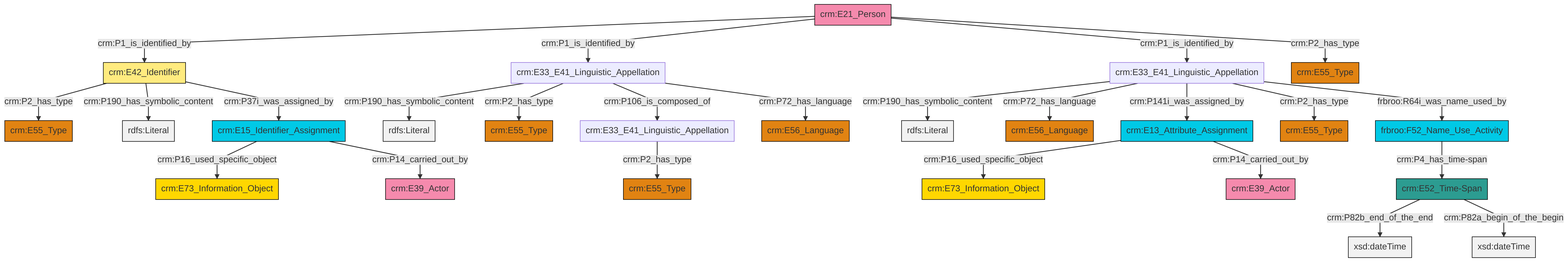
Earlier version of the Mermaid export et/personCSV/ttl/mmd/png/Person_Names_and_Classification.png (swiss-art-research-net/docs.swissartresearch). Its source is kept beside it as et/personCSV/ttl/mmd/Person_Names_and_Classification.ttl.mmd.
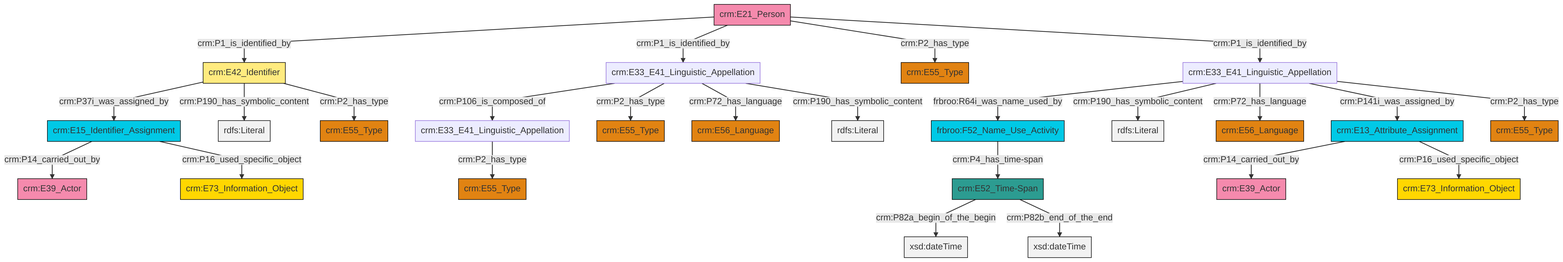
The same diagram one commit later.

What changed in the source:
```diff
@@ -13,27 +13,27 @@
 classDef PC_Classes fill:#4ce600, stroke:#000000;
 classDef Multi fill:#cccccc,stroke:#000000;
 
-0["crm:E33_E41_Linguistic_Appellation"]:::Default -->|crm:P190_has_symbolic_content| 1[rdfs:Literal]:::Literal
-3["crm:E13_Attribute_Assignment"]:::Temporal_Entity -->|crm:P16_used_specific_object| 4["crm:E73_Information_Object"]:::Conceptual_Object
-5["crm:E42_Identifier"]:::Appellation -->|crm:P2_has_type| 6["crm:E55_Type"]:::Type
-10["crm:E52_Time-Span"]:::Time-Span -->|crm:P82b_end_of_the_end| 12[xsd:dateTime]:::Literal
-0["crm:E33_E41_Linguistic_Appellation"]:::Default -->|crm:P2_has_type| 15["crm:E55_Type"]:::Type
-0["crm:E33_E41_Linguistic_Appellation"]:::Default -->|crm:P106_is_composed_of| 17["crm:E33_E41_Linguistic_Appellation"]:::Default
-10["crm:E52_Time-Span"]:::Time-Span -->|crm:P82a_begin_of_the_begin| 18[xsd:dateTime]:::Literal
-19["frbroo:F52_Name_Use_Activity"]:::Temporal_Entity -->|crm:P4_has_time-span| 10["crm:E52_Time-Span"]:::Time-Span
-22["crm:E21_Person"]:::Actor -->|crm:P1_is_identified_by| 5["crm:E42_Identifier"]:::Appellation
-22["crm:E21_Person"]:::Actor -->|crm:P1_is_identified_by| 0["crm:E33_E41_Linguistic_Appellation"]:::Default
-5["crm:E42_Identifier"]:::Appellation -->|crm:P190_has_symbolic_content| 28[rdfs:Literal]:::Literal
-5["crm:E42_Identifier"]:::Appellation -->|crm:P37i_was_assigned_by| 30["crm:E15_Identifier_Assignment"]:::Temporal_Entity
-0["crm:E33_E41_Linguistic_Appellation"]:::Default -->|crm:P72_has_language| 32["crm:E56_Language"]:::Type
-35["crm:E33_E41_Linguistic_Appellation"]:::Default -->|crm:P190_has_symbolic_content| 37[rdfs:Literal]:::Literal
-35["crm:E33_E41_Linguistic_Appellation"]:::Default -->|crm:P72_has_language| 13["crm:E56_Language"]:::Type
-17["crm:E33_E41_Linguistic_Appellation"]:::Default -->|crm:P2_has_type| 39["crm:E55_Type"]:::Type
-22["crm:E21_Person"]:::Actor -->|crm:P1_is_identified_by| 35["crm:E33_E41_Linguistic_Appellation"]:::Default
-35["crm:E33_E41_Linguistic_Appellation"]:::Default -->|crm:P141i_was_assigned_by| 3["crm:E13_Attribute_Assignment"]:::Temporal_Entity
-35["crm:E33_E41_Linguistic_Appellation"]:::Default -->|crm:P2_has_type| 40["crm:E55_Type"]:::Type
-3["crm:E13_Attribute_Assignment"]:::Temporal_Entity -->|crm:P14_carried_out_by| 42["crm:E39_Actor"]:::Actor
-22["crm:E21_Person"]:::Actor -->|crm:P2_has_type| 26["crm:E55_Type"]:::Type
-30["crm:E15_Identifier_Assignment"]:::Temporal_Entity -->|crm:P16_used_specific_object| 33["crm:E73_Information_Object"]:::Conceptual_Object
-30["crm:E15_Identifier_Assignment"]:::Temporal_Entity -->|crm:P14_carried_out_by| 7["crm:E39_Actor"]:::Actor
-35["crm:E33_E41_Linguistic_Appellation"]:::Default -->|frbroo:R64i_was_name_used_by| 19["frbroo:F52_Name_Use_Activity"]:::Temporal_Entity
+0["crm:E33_E41_Linguistic_Appellation"]:::Default -->|crm:P106_is_composed_of| 2["crm:E33_E41_Linguistic_Appellation"]:::Default
+5["crm:E13_Attribute_Assignment"]:::Temporal_Entity -->|crm:P14_carried_out_by| 6["crm:E39_Actor"]:::Actor
+0["crm:E33_E41_Linguistic_Appellation"]:::Default -->|crm:P2_has_type| 8["crm:E55_Type"]:::Type
+10["crm:E21_Person"]:::Actor -->|crm:P1_is_identified_by| 11["crm:E42_Identifier"]:::Appellation
+12["crm:E33_E41_Linguistic_Appellation"]:::Default -->|frbroo:R64i_was_name_used_by| 13["frbroo:F52_Name_Use_Activity"]:::Temporal_Entity
+13["frbroo:F52_Name_Use_Activity"]:::Temporal_Entity -->|crm:P4_has_time-span| 14["crm:E52_Time-Span"]:::Time-Span
+11["crm:E42_Identifier"]:::Appellation -->|crm:P37i_was_assigned_by| 15["crm:E15_Identifier_Assignment"]:::Temporal_Entity
+10["crm:E21_Person"]:::Actor -->|crm:P1_is_identified_by| 0["crm:E33_E41_Linguistic_Appellation"]:::Default
+11["crm:E42_Identifier"]:::Appellation -->|crm:P190_has_symbolic_content| 19[rdfs:Literal]:::Literal
+14["crm:E52_Time-Span"]:::Time-Span -->|crm:P82a_begin_of_the_begin| 20[xsd:dateTime]:::Literal
+12["crm:E33_E41_Linguistic_Appellation"]:::Default -->|crm:P190_has_symbolic_content| 24[rdfs:Literal]:::Literal
+0["crm:E33_E41_Linguistic_Appellation"]:::Default -->|crm:P72_has_language| 25["crm:E56_Language"]:::Type
+15["crm:E15_Identifier_Assignment"]:::Temporal_Entity -->|crm:P14_carried_out_by| 26["crm:E39_Actor"]:::Actor
+12["crm:E33_E41_Linguistic_Appellation"]:::Default -->|crm:P72_has_language| 28["crm:E56_Language"]:::Type
+5["crm:E13_Attribute_Assignment"]:::Temporal_Entity -->|crm:P16_used_specific_object| 32["crm:E73_Information_Object"]:::Conceptual_Object
+12["crm:E33_E41_Linguistic_Appellation"]:::Default -->|crm:P141i_was_assigned_by| 5["crm:E13_Attribute_Assignment"]:::Temporal_Entity
+12["crm:E33_E41_Linguistic_Appellation"]:::Default -->|crm:P2_has_type| 22["crm:E55_Type"]:::Type
+14["crm:E52_Time-Span"]:::Time-Span -->|crm:P82b_end_of_the_end| 34[xsd:dateTime]:::Literal
+2["crm:E33_E41_Linguistic_Appellation"]:::Default -->|crm:P2_has_type| 35["crm:E55_Type"]:::Type
+10["crm:E21_Person"]:::Actor -->|crm:P2_has_type| 17["crm:E55_Type"]:::Type
+10["crm:E21_Person"]:::Actor -->|crm:P1_is_identified_by| 12["crm:E33_E41_Linguistic_Appellation"]:::Default
+0["crm:E33_E41_Linguistic_Appellation"]:::Default -->|crm:P190_has_symbolic_content| 43[rdfs:Literal]:::Literal
+11["crm:E42_Identifier"]:::Appellation -->|crm:P2_has_type| 29["crm:E55_Type"]:::Type
+15["crm:E15_Identifier_Assignment"]:::Temporal_Entity -->|crm:P16_used_specific_object| 38["crm:E73_Information_Object"]:::Conceptual_Object
```
